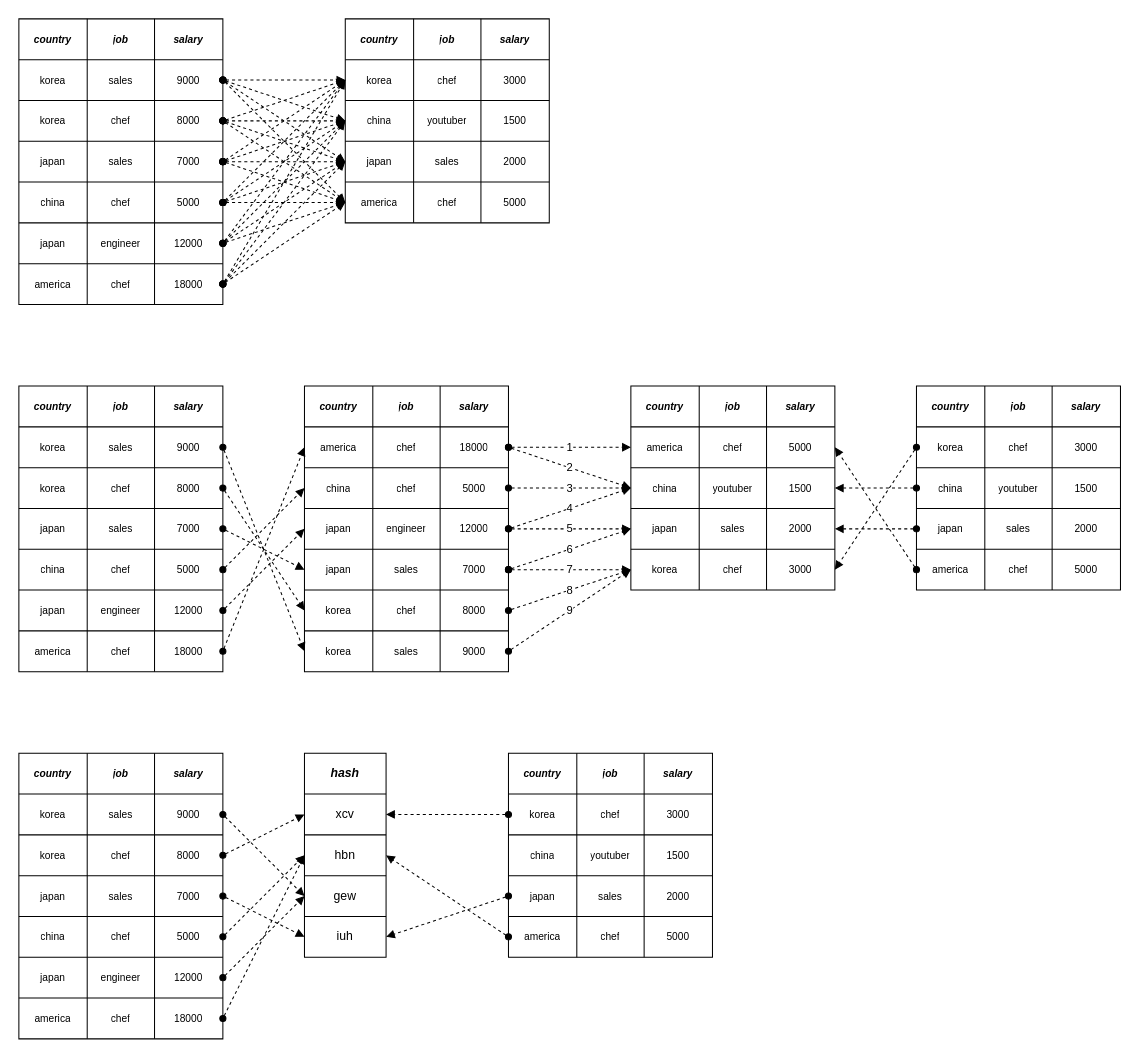
Earlier version of the draw.io diagram page "join" (4 of 5) of datafusion/datafusion.drawio (haruband/codebook). Source tidied: cells renumbered, new cells numbered last; positions are measured from the earlier drawing's top-left corner, leaving out a move shared by most shapes. Both pictures are drawn from the tidied source at 102%, with x=0, y=0 at pixel (18, 18).
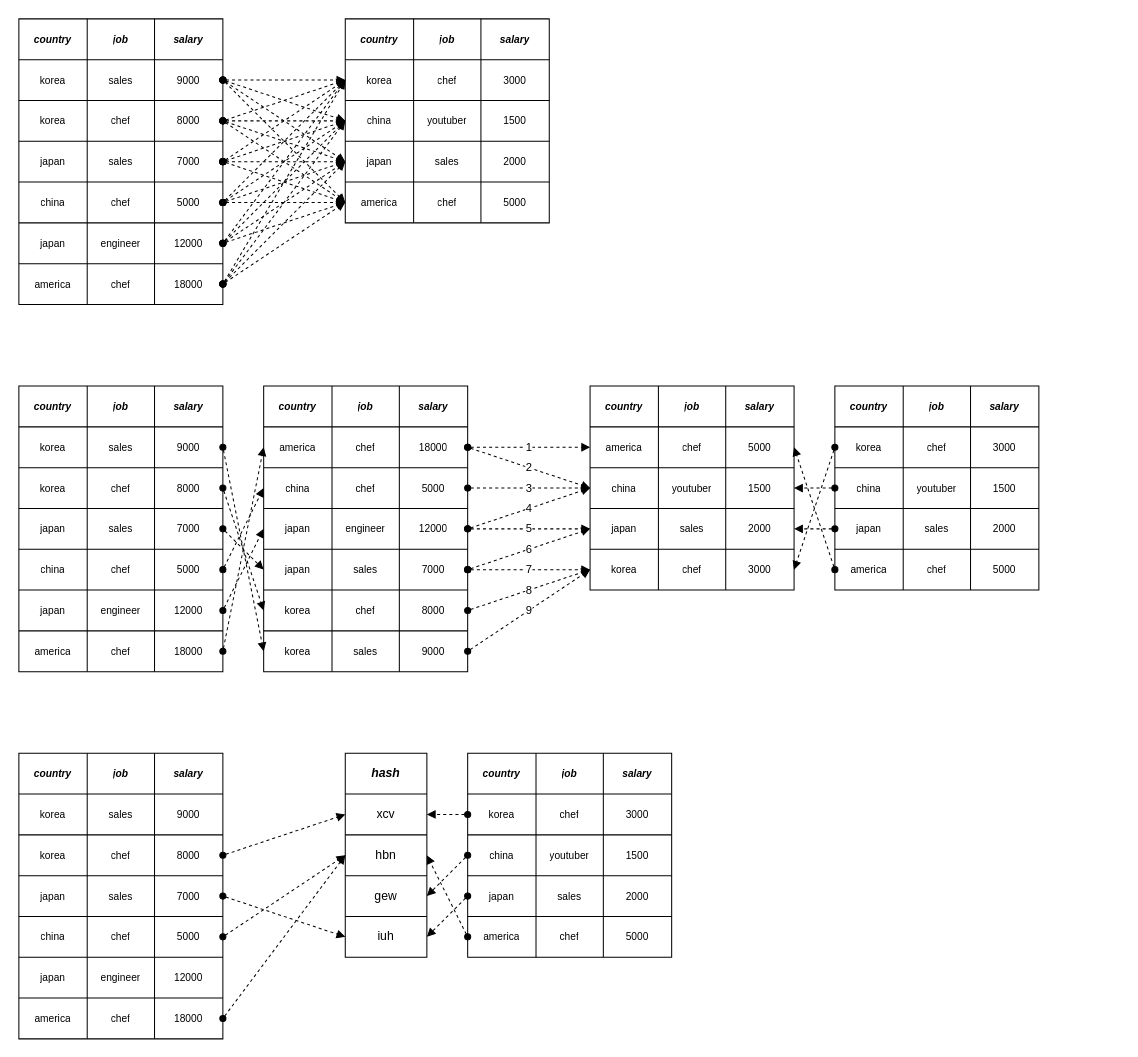
Above is the later version.

Unchanged cells that the change refers to:
```xml
<mxCell id="200" style="shape=tableRow;horizontal=0;startSize=0;swimlaneHead=0;swimlaneBody=0;strokeColor=inherit;top=0;left=0;bottom=0;right=0;fillColor=none;points=[[0,0.5],[1,0.5]];portConstraint=eastwest;fontSize=10;" parent="195" vertex="1">
  <mxGeometry y="40" width="200" height="40" as="geometry" />
</mxCell>
<mxCell id="216" style="shape=tableRow;horizontal=0;startSize=0;swimlaneHead=0;swimlaneBody=0;strokeColor=inherit;top=0;left=0;bottom=0;right=0;fillColor=none;points=[[0,0.5],[1,0.5]];portConstraint=eastwest;fontSize=10;" parent="195" vertex="1">
  <mxGeometry y="200" width="200" height="40" as="geometry" />
</mxCell>
<mxCell id="231" style="shape=tableRow;horizontal=0;startSize=0;swimlaneHead=0;swimlaneBody=0;strokeColor=inherit;top=0;left=0;bottom=0;right=0;fillColor=none;points=[[0,0.5],[1,0.5]];portConstraint=eastwest;" parent="224" vertex="1">
  <mxGeometry y="120" width="80" height="40" as="geometry" />
</mxCell>
<mxCell id="250" style="shape=tableRow;horizontal=0;startSize=0;swimlaneHead=0;swimlaneBody=0;strokeColor=inherit;top=0;left=0;bottom=0;right=0;fillColor=none;points=[[0,0.5],[1,0.5]];portConstraint=eastwest;fontSize=10;" parent="241" vertex="1">
  <mxGeometry y="80" width="200" height="40" as="geometry" />
</mxCell>
```

Change to the diagram source:
```diff
@@
     <mxCell id="105" style="shape=table;startSize=0;childLayout=tableLayout;fontSize=10;" parent="1" vertex="1">
-      <mxGeometry x="280" y="360" width="200" height="280" as="geometry" />
+      <mxGeometry x="240" y="360" width="200" height="280" as="geometry" />
     </mxCell>
@@
     <mxCell id="140" style="shape=table;startSize=0;childLayout=tableLayout;fontSize=10;" parent="1" vertex="1">
-      <mxGeometry x="880" y="360" width="200" height="200" as="geometry" />
+      <mxGeometry x="800" y="360" width="200" height="200" as="geometry" />
     </mxCell>
@@
     <mxCell id="161" style="shape=table;startSize=0;childLayout=tableLayout;fontSize=10;" parent="1" vertex="1">
-      <mxGeometry x="600" y="360" width="200" height="200" as="geometry" />
+      <mxGeometry x="560" y="360" width="200" height="200" as="geometry" />
     </mxCell>
@@
     <mxCell id="224" style="shape=table;startSize=0;childLayout=tableLayout;" parent="1" vertex="1">
-      <mxGeometry x="280" y="720" width="80" height="200" as="geometry" />
+      <mxGeometry x="320" y="720" width="80" height="200" as="geometry" />
     </mxCell>
@@
-    <mxCell id="235" style="rounded=0;jettySize=auto;html=1;dashed=1;startArrow=oval;startFill=1;endArrow=block;endFill=1;exitX=1;exitY=0.5;exitDx=0;exitDy=0;entryX=0;entryY=0.5;entryDx=0;entryDy=0;" parent="1" edge="1" source="200" target="231">
-      <mxGeometry relative="1" as="geometry" />
-    </mxCell>
@@
-    <mxCell id="239" style="rounded=0;jettySize=auto;html=1;dashed=1;startArrow=oval;startFill=1;endArrow=block;endFill=1;exitX=1;exitY=0.5;exitDx=0;exitDy=0;entryX=0;entryY=0.5;entryDx=0;entryDy=0;" parent="1" edge="1" source="216" target="231">
-      <mxGeometry relative="1" as="geometry" />
-    </mxCell>
@@
     <mxCell id="241" style="shape=table;startSize=0;childLayout=tableLayout;fontSize=10;" parent="1" vertex="1">
-      <mxGeometry x="480" y="720" width="200" height="200" as="geometry" />
+      <mxGeometry x="440" y="720" width="200" height="200" as="geometry" />
     </mxCell>
@@
+    <mxCell id="265" style="rounded=0;jettySize=auto;html=1;dashed=1;startArrow=oval;startFill=1;endArrow=block;endFill=1;exitX=0;exitY=0.5;exitDx=0;exitDy=0;entryX=1;entryY=0.5;entryDx=0;entryDy=0;" parent="1" edge="1" source="250" target="231">
+      <mxGeometry relative="1" as="geometry" />
+    </mxCell>
```
